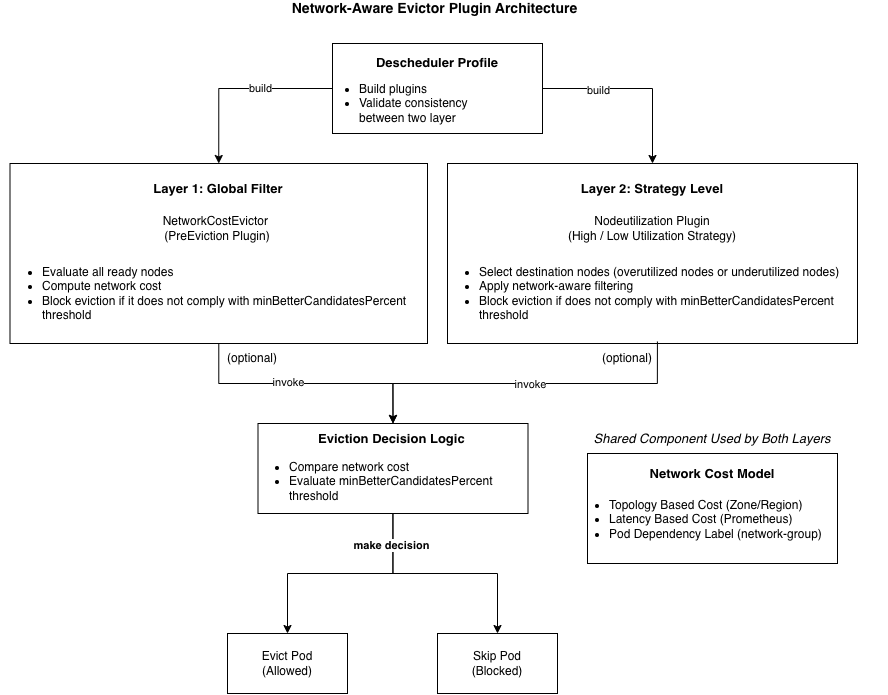
NI04Code/thesis-UI keeps this draw.io diagram as assets/pics/network-aware/sysarc-diagram.png. Above is the earlier version. Source tidied: cells renumbered, new cells last; positions are measured from the earlier drawing's top-left corner, leaving out a move shared by most shapes.
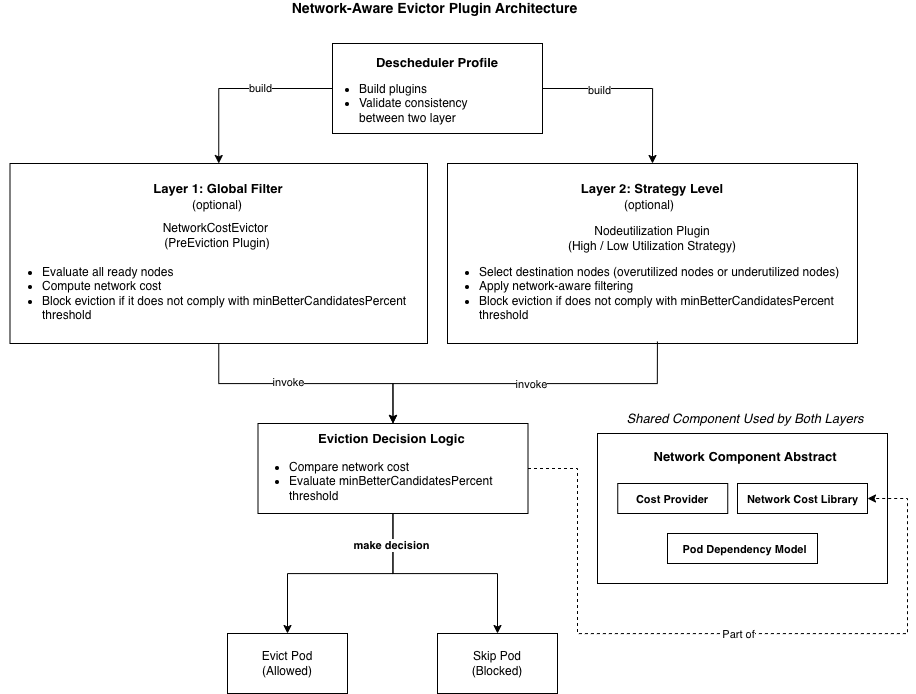
Later version of the same file.

Commit message:
bab3: network cost model

What changed in the source:
```diff
@@ -26,10 +26,10 @@
       <mxGeometry x="558" y="170" width="190" height="30" as="geometry" />
     </mxCell>
     <mxCell id="9" value="NetworkCostEvictor&amp;nbsp;&lt;div&gt;(PreEviction Plugin)&lt;/div&gt;" style="text;html=1;whiteSpace=wrap;strokeColor=none;fillColor=none;align=center;verticalAlign=middle;rounded=0;" parent="1" vertex="1">
-      <mxGeometry x="108" y="210" width="220" height="30" as="geometry" />
+      <mxGeometry x="108" y="217" width="220" height="30" as="geometry" />
     </mxCell>
     <mxCell id="10" value="Nodeutilization Plugin&lt;div&gt;(High / Low Utilization Strategy)&lt;/div&gt;" style="text;html=1;whiteSpace=wrap;strokeColor=none;fillColor=none;align=center;verticalAlign=middle;rounded=0;" parent="1" vertex="1">
-      <mxGeometry x="543" y="210" width="220" height="30" as="geometry" />
+      <mxGeometry x="543" y="220" width="220" height="30" as="geometry" />
     </mxCell>
     <mxCell id="11" value="&lt;ul&gt;&lt;li&gt;Evaluate all ready nodes&lt;/li&gt;&lt;li&gt;Compute network cost&lt;/li&gt;&lt;li&gt;Block eviction if it does not comply with minBetterCandidatesPercent threshold&lt;/li&gt;&lt;/ul&gt;" style="text;html=1;whiteSpace=wrap;strokeColor=none;fillColor=none;align=left;verticalAlign=middle;rounded=0;" parent="1" vertex="1">
       <mxGeometry x="0.5" y="250" width="435" height="80" as="geometry" />
@@ -68,43 +68,71 @@
       <mxGeometry x="438" y="630" width="120" height="60" as="geometry" />
     </mxCell>
     <mxCell id="23" value="(optional)" style="text;html=1;whiteSpace=wrap;strokeColor=none;fillColor=none;align=center;verticalAlign=middle;rounded=0;" parent="1" vertex="1">
-      <mxGeometry x="223" y="340" width="60" height="30" as="geometry" />
+      <mxGeometry x="188" y="187" width="60" height="30" as="geometry" />
     </mxCell>
     <mxCell id="24" value="(optional)" style="text;html=1;whiteSpace=wrap;strokeColor=none;fillColor=none;align=center;verticalAlign=middle;rounded=0;" parent="1" vertex="1">
-      <mxGeometry x="598" y="340" width="60" height="30" as="geometry" />
+      <mxGeometry x="620.2" y="187" width="60" height="30" as="geometry" />
     </mxCell>
     <mxCell id="25" style="rounded=0;whiteSpace=wrap;html=1;" parent="1" vertex="1">
-      <mxGeometry x="588" y="450" width="250" height="110" as="geometry" />
+      <mxGeometry x="598" y="430" width="290" height="150" as="geometry" />
     </mxCell>
-    <mxCell id="26" value="&lt;b&gt;Network Cost Model&lt;/b&gt;" style="text;html=1;whiteSpace=wrap;strokeColor=none;fillColor=none;align=center;verticalAlign=middle;rounded=0;fontSize=13;" parent="1" vertex="1">
-      <mxGeometry x="618" y="455" width="190" height="30" as="geometry" />
+    <mxCell id="26" value="&lt;b&gt;Network Component Abstract&lt;/b&gt;" style="text;html=1;whiteSpace=wrap;strokeColor=none;fillColor=none;align=center;verticalAlign=middle;rounded=0;fontSize=13;" parent="1" vertex="1">
+      <mxGeometry x="645.5" y="438" width="200" height="30" as="geometry" />
     </mxCell>
-    <mxCell id="27" value="&lt;ul&gt;&lt;li&gt;Topology Based Cost (Zone/Region)&lt;/li&gt;&lt;li&gt;Latency Based Cost (Prometheus)&lt;/li&gt;&lt;li&gt;Pod Dependency Label (network-group)&lt;/li&gt;&lt;/ul&gt;" style="text;html=1;whiteSpace=wrap;strokeColor=none;fillColor=none;align=left;verticalAlign=middle;rounded=0;" parent="1" vertex="1">
-      <mxGeometry x="568" y="496" width="260" height="40" as="geometry" />
+    <mxCell id="27" value="&lt;i&gt;Shared Component Used by Both Layers&lt;/i&gt;" style="text;html=1;whiteSpace=wrap;strokeColor=none;fillColor=none;align=center;verticalAlign=middle;rounded=0;fontSize=13;" parent="1" vertex="1">
+      <mxGeometry x="625.5" y="400" width="240" height="30" as="geometry" />
     </mxCell>
-    <mxCell id="28" value="&lt;i&gt;Shared Component Used by Both Layers&lt;/i&gt;" style="text;html=1;whiteSpace=wrap;strokeColor=none;fillColor=none;align=center;verticalAlign=middle;rounded=0;fontSize=13;" parent="1" vertex="1">
-      <mxGeometry x="593" y="420" width="240" height="30" as="geometry" />
+    <mxCell id="28" style="edgeStyle=orthogonalEdgeStyle;rounded=0;jettySize=auto;html=1;entryX=0.5;entryY=0;entryDx=0;entryDy=0;exitX=0;exitY=0.5;exitDx=0;exitDy=0;" parent="1" edge="1" source="32" target="4">
+      <mxGeometry relative="1" as="geometry" />
     </mxCell>
-    <mxCell id="29" style="edgeStyle=orthogonalEdgeStyle;rounded=0;jettySize=auto;html=1;entryX=0.5;entryY=0;entryDx=0;entryDy=0;exitX=0;exitY=0.5;exitDx=0;exitDy=0;" parent="1" edge="1" source="33" target="4">
-      <mxGeometry relative="1" as="geometry" />
+    <mxCell id="29" value="build" style="edgeLabel;html=1;align=center;verticalAlign=middle;" parent="28" vertex="1">
+      <mxGeometry x="-0.23" y="-1" relative="1" as="geometry" />
     </mxCell>
-    <mxCell id="30" value="build" style="edgeLabel;html=1;align=center;verticalAlign=middle;" parent="29" vertex="1">
-      <mxGeometry x="-0.23" y="-1" relative="1" as="geometry" />
+    <mxCell id="30" style="edgeStyle=orthogonalEdgeStyle;rounded=0;jettySize=auto;html=1;entryX=0.5;entryY=0;entryDx=0;entryDy=0;exitX=1;exitY=0.5;exitDx=0;exitDy=0;" parent="1" edge="1" source="32" target="7">
+      <mxGeometry relative="1" as="geometry" />
     </mxCell>
-    <mxCell id="31" style="edgeStyle=orthogonalEdgeStyle;rounded=0;jettySize=auto;html=1;entryX=0.5;entryY=0;entryDx=0;entryDy=0;exitX=1;exitY=0.5;exitDx=0;exitDy=0;" parent="1" edge="1" source="33" target="7">
-      <mxGeometry relative="1" as="geometry" />
+    <mxCell id="31" value="build" style="edgeLabel;html=1;align=center;verticalAlign=middle;" parent="30" vertex="1">
+      <mxGeometry x="-0.39" y="-1" relative="1" as="geometry" />
     </mxCell>
-    <mxCell id="32" value="build" style="edgeLabel;html=1;align=center;verticalAlign=middle;points=[];" parent="31" vertex="1">
-      <mxGeometry x="-0.39" y="-1" relative="1" as="geometry" />
+    <mxCell id="32" style="rounded=0;whiteSpace=wrap;html=1;" parent="1" vertex="1">
+      <mxGeometry x="333" y="40" width="210" height="90" as="geometry" />
     </mxCell>
-    <mxCell id="33" style="rounded=0;whiteSpace=wrap;html=1;" parent="1" vertex="1">
-      <mxGeometry x="333" y="40" width="210" height="90" as="geometry" />
+    <mxCell id="33" value="&lt;b&gt;Descheduler Profile&lt;/b&gt;" style="text;html=1;whiteSpace=wrap;strokeColor=none;fillColor=none;align=center;verticalAlign=middle;rounded=0;fontSize=13;" parent="1" vertex="1">
+      <mxGeometry x="343" y="44" width="190" height="30" as="geometry" />
     </mxCell>
-    <mxCell id="34" value="&lt;b&gt;Descheduler Profile&lt;/b&gt;" style="text;html=1;whiteSpace=wrap;strokeColor=none;fillColor=none;align=center;verticalAlign=middle;rounded=0;fontSize=13;" parent="1" vertex="1">
-      <mxGeometry x="343" y="44" width="190" height="30" as="geometry" />
+    <mxCell id="34" value="&lt;ul&gt;&lt;li&gt;Build plugins&lt;/li&gt;&lt;li&gt;Validate consistency between two layer&lt;/li&gt;&lt;/ul&gt;" style="text;html=1;whiteSpace=wrap;strokeColor=none;fillColor=none;align=left;verticalAlign=middle;rounded=0;" parent="1" vertex="1">
+      <mxGeometry x="318" y="70" width="190" height="60" as="geometry" />
     </mxCell>
-    <mxCell id="35" value="&lt;ul&gt;&lt;li&gt;Build plugins&lt;/li&gt;&lt;li&gt;Validate consistency between two layer&lt;/li&gt;&lt;/ul&gt;" style="text;html=1;whiteSpace=wrap;strokeColor=none;fillColor=none;align=left;verticalAlign=middle;rounded=0;" parent="1" vertex="1">
-      <mxGeometry x="318" y="70" width="190" height="60" as="geometry" />
+    <mxCell id="35" style="rounded=0;whiteSpace=wrap;html=1;" parent="1" vertex="1">
+      <mxGeometry x="618.2" y="480" width="110" height="30" as="geometry" />
     </mxCell>
+    <mxCell id="36" value="&lt;b&gt;&lt;font style=&quot;font-size: 11px;&quot;&gt;Cost Provider&lt;/font&gt;&lt;/b&gt;" style="text;html=1;whiteSpace=wrap;strokeColor=none;fillColor=none;align=center;verticalAlign=middle;rounded=0;fontSize=13;" parent="1" vertex="1">
+      <mxGeometry x="623.2" y="480" width="100" height="30" as="geometry" />
+    </mxCell>
+    <mxCell id="37" style="rounded=0;whiteSpace=wrap;html=1;" parent="1" vertex="1">
+      <mxGeometry x="668" y="530" width="150" height="30" as="geometry" />
+    </mxCell>
+    <mxCell id="38" value="&lt;b&gt;&lt;font style=&quot;font-size: 11px;&quot;&gt;Pod Dependency Model&lt;/font&gt;&lt;/b&gt;" style="text;html=1;whiteSpace=wrap;strokeColor=none;fillColor=none;align=center;verticalAlign=middle;rounded=0;fontSize=13;" parent="1" vertex="1">
+      <mxGeometry x="678" y="530" width="135" height="30" as="geometry" />
+    </mxCell>
+    <mxCell id="39" style="rounded=0;whiteSpace=wrap;html=1;" parent="1" vertex="1">
+      <mxGeometry x="738" y="480" width="130" height="30" as="geometry" />
+    </mxCell>
+    <mxCell id="40" value="&lt;b&gt;&lt;font style=&quot;font-size: 11px;&quot;&gt;Network Cost Library&lt;/font&gt;&lt;/b&gt;" style="text;html=1;whiteSpace=wrap;strokeColor=none;fillColor=none;align=center;verticalAlign=middle;rounded=0;fontSize=13;" parent="1" vertex="1">
+      <mxGeometry x="745.5" y="480" width="115" height="30" as="geometry" />
+    </mxCell>
+    <mxCell id="41" style="edgeStyle=orthogonalEdgeStyle;rounded=0;jettySize=auto;html=1;entryX=1;entryY=0.5;entryDx=0;entryDy=0;dashed=1;" parent="1" edge="1" source="18" target="39">
+      <mxGeometry relative="1" as="geometry">
+        <Array as="points">
+          <mxPoint x="578" y="465" />
+          <mxPoint x="578" y="630" />
+          <mxPoint x="908" y="630" />
+          <mxPoint x="908" y="495" />
+        </Array>
+      </mxGeometry>
+    </mxCell>
+    <mxCell id="42" value="Part of" style="edgeLabel;html=1;align=center;verticalAlign=middle;" parent="41" vertex="1">
+      <mxGeometry x="0.04" relative="1" as="geometry" />
+    </mxCell>
   </root>
 </mxGraphModel>
```
